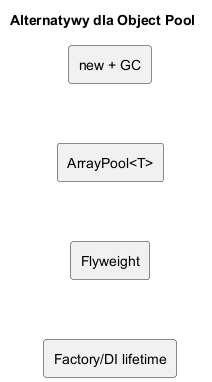
Before: src/05-object-pool/05-over-engineering-alternatywy/diagrams/02-alternatives.png, a diagram exported from PlantUML (tborzyszkowski/DesignPatterns).
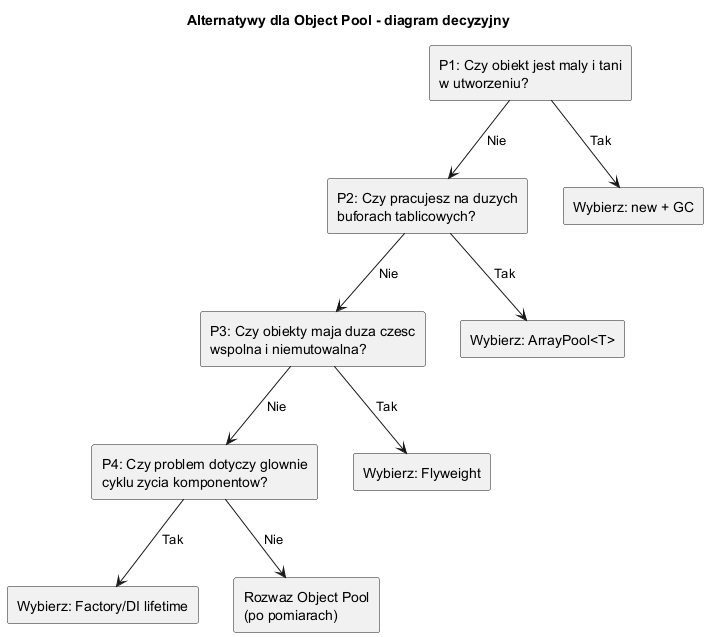
After the commit.

Commit message:
Enhance decision diagram for Object Pool alternatives and provide detailed test scenario explanation

The edit, as a diff of the source:
```diff
@@ -1,15 +1,31 @@
 @startuml
 skinparam shadowing false
 skinparam monochrome true
+top to bottom direction
 
-title Alternatywy dla Object Pool
+title Alternatywy dla Object Pool - diagram decyzyjny
 
-rectangle "new + GC" as A
-rectangle "ArrayPool<T>" as B
-rectangle "Flyweight" as C
-rectangle "Factory/DI lifetime" as D
+rectangle "P1: Czy obiekt jest maly i tani\nw utworzeniu?" as P1
+rectangle "P2: Czy pracujesz na duzych\nbuforach tablicowych?" as P2
+rectangle "P3: Czy obiekty maja duza czesc\nwspolna i niemutowalna?" as P3
+rectangle "P4: Czy problem dotyczy glownie\ncyklu zycia komponentow?" as P4
 
-A -[hidden]-> B
-B -[hidden]-> C
-C -[hidden]-> D
+rectangle "Wybierz: new + GC" as A
+rectangle "Wybierz: ArrayPool<T>" as B
+rectangle "Wybierz: Flyweight" as C
+rectangle "Wybierz: Factory/DI lifetime" as D
+rectangle "Rozwaz Object Pool\n(po pomiarach)" as E
+
+P1 --> A : Tak
+P1 --> P2 : Nie
+
+P2 --> B : Tak
+P2 --> P3 : Nie
+
+P3 --> C : Tak
+P3 --> P4 : Nie
+
+P4 --> D : Tak
+P4 --> E : Nie
+
 @enduml
```
